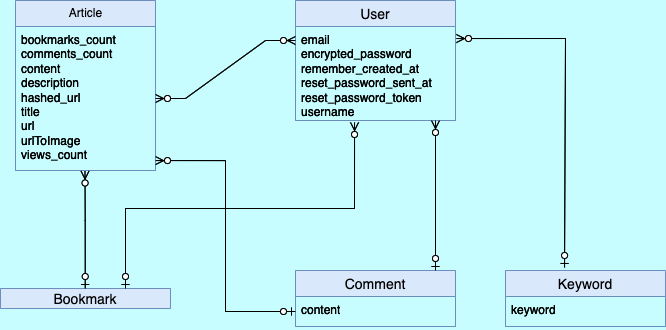
Before: public/images/Fix_ER.png, a diagram exported from draw.io (hiroya0/car_infomation). Source tidied: cells renumbered, new cells last; positions are measured from the earlier drawing's top-left corner, leaving out a move shared by most shapes. Source of this version:
```xml
<mxGraphModel background="#C7FDFF">
  <root>
    <mxCell id="0" />
    <mxCell id="1" parent="0" />
    <mxCell id="2" value="Article" style="swimlane;fontStyle=0;horizontal=1;startSize=26;fillColor=#dae8fc;html=1;strokeColor=#6c8ebf;" parent="1" vertex="1">
      <mxGeometry x="15" width="140" height="170" as="geometry" />
    </mxCell>
    <mxCell id="3" value="bookmarks_count&amp;nbsp;&lt;br&gt;comments_count&lt;br style=&quot;border-color: var(--border-color);&quot;&gt;content&lt;br&gt;description&lt;br&gt;hashed_url&lt;br&gt;title&lt;br&gt;url&lt;br&gt;urlToImage&lt;br&gt;views_count&lt;br&gt;" style="text;strokeColor=none;fillColor=none;align=left;verticalAlign=top;spacingLeft=4;spacingRight=4;overflow=hidden;points=[[0,0.5],[1,0.5]];portConstraint=eastwest;whiteSpace=wrap;html=1;" parent="2" vertex="1">
      <mxGeometry y="26" width="140" height="144" as="geometry" />
    </mxCell>
    <mxCell id="4" value="User" style="swimlane;fontStyle=0;horizontal=1;startSize=26;align=center;fontSize=14;fillColor=#dae8fc;strokeColor=#6c8ebf;" parent="1" vertex="1">
      <mxGeometry x="295" width="160" height="120" as="geometry" />
    </mxCell>
    <mxCell id="5" value="email&lt;br&gt;encrypted_password&lt;br&gt;remember_created_at&lt;br&gt;reset_password_sent_at&lt;br&gt;reset_password_token&lt;br&gt;username&lt;br&gt;" style="text;strokeColor=none;fillColor=none;spacingLeft=4;spacingRight=4;overflow=hidden;points=[[0,0.5],[1,0.5]];portConstraint=eastwest;fontSize=12;whiteSpace=wrap;html=1;" parent="4" vertex="1">
      <mxGeometry y="26" width="160" height="94" as="geometry" />
    </mxCell>
    <mxCell id="6" value="Bookmark" style="swimlane;fontStyle=0;horizontal=1;startSize=20;align=center;fontSize=14;fillColor=#dae8fc;strokeColor=#6c8ebf;" parent="1" vertex="1" collapsed="1">
      <mxGeometry y="288" width="170" height="20" as="geometry" />
    </mxCell>
    <mxCell id="7" value="Comment" style="swimlane;fontStyle=0;horizontal=1;startSize=26;align=center;fontSize=14;fillColor=#dae8fc;strokeColor=#6c8ebf;" parent="1" vertex="1">
      <mxGeometry x="295" y="270" width="160" height="56" as="geometry" />
    </mxCell>
    <mxCell id="8" value="content" style="text;strokeColor=none;fillColor=none;spacingLeft=4;spacingRight=4;overflow=hidden;points=[[0,0.5],[1,0.5]];portConstraint=eastwest;fontSize=12;whiteSpace=wrap;html=1;" parent="7" vertex="1">
      <mxGeometry y="26" width="160" height="30" as="geometry" />
    </mxCell>
    <mxCell id="9" style="edgeStyle=entityRelationEdgeStyle;fontSize=12;html=1;endArrow=ERzeroToMany;endFill=1;startArrow=ERzeroToMany;rounded=0;exitX=1;exitY=0.5;exitDx=0;exitDy=0;" parent="1" edge="1" source="3">
      <mxGeometry relative="1" as="geometry">
        <mxPoint x="295" y="40" as="targetPoint" />
        <Array as="points">
          <mxPoint x="165" y="110" />
          <mxPoint x="290" y="41" />
          <mxPoint x="285" y="41" />
        </Array>
      </mxGeometry>
    </mxCell>
    <mxCell id="10" style="fontSize=12;html=1;endArrow=ERzeroToMany;startArrow=ERzeroToOne;rounded=0;edgeStyle=orthogonalEdgeStyle;exitX=0.794;exitY=-0.05;exitDx=0;exitDy=0;exitPerimeter=0;" parent="1" edge="1">
      <mxGeometry relative="1" as="geometry">
        <mxPoint x="84.7" y="288" as="sourcePoint" />
        <mxPoint x="84.5" y="170.5" as="targetPoint" />
        <Array as="points">
          <mxPoint x="85" y="220" />
          <mxPoint x="85" y="220" />
        </Array>
      </mxGeometry>
    </mxCell>
    <mxCell id="11" style="fontSize=12;html=1;endArrow=ERzeroToMany;startArrow=ERzeroToOne;rounded=0;exitX=0;exitY=0.5;exitDx=0;exitDy=0;edgeStyle=orthogonalEdgeStyle;entryX=1;entryY=0.931;entryDx=0;entryDy=0;entryPerimeter=0;" parent="1" edge="1" source="8" target="3">
      <mxGeometry relative="1" as="geometry" />
    </mxCell>
    <mxCell id="12" value="Keyword" style="swimlane;fontStyle=0;horizontal=1;startSize=26;align=center;fontSize=14;fillColor=#dae8fc;strokeColor=#6c8ebf;" parent="1" vertex="1">
      <mxGeometry x="505" y="270" width="160" height="56" as="geometry" />
    </mxCell>
    <mxCell id="13" value="keyword" style="text;strokeColor=none;fillColor=none;spacingLeft=4;spacingRight=4;overflow=hidden;fontSize=12;whiteSpace=wrap;html=1;" parent="12" vertex="1">
      <mxGeometry y="26" width="160" height="30" as="geometry" />
    </mxCell>
    <mxCell id="14" style="fontSize=12;html=1;endArrow=ERzeroToMany;startArrow=ERzeroToOne;rounded=0;edgeStyle=orthogonalEdgeStyle;entryX=1.006;entryY=0.128;entryDx=0;entryDy=0;entryPerimeter=0;exitX=0.369;exitY=-0.054;exitDx=0;exitDy=0;exitPerimeter=0;" parent="1" edge="1" source="12" target="5">
      <mxGeometry relative="1" as="geometry">
        <Array as="points">
          <mxPoint x="565" y="38" />
        </Array>
      </mxGeometry>
    </mxCell>
    <mxCell id="15" style="fontSize=12;html=1;endArrow=ERzeroToMany;startArrow=ERzeroToOne;rounded=0;edgeStyle=orthogonalEdgeStyle;" parent="1" edge="1">
      <mxGeometry relative="1" as="geometry">
        <mxPoint x="435" y="270" as="sourcePoint" />
        <mxPoint x="435" y="120" as="targetPoint" />
        <Array as="points">
          <mxPoint x="435" y="120" />
        </Array>
      </mxGeometry>
    </mxCell>
    <mxCell id="16" style="fontSize=12;html=1;endArrow=ERzeroToMany;startArrow=ERzeroToOne;rounded=0;edgeStyle=orthogonalEdgeStyle;entryX=0.369;entryY=1.021;entryDx=0;entryDy=0;entryPerimeter=0;" parent="1" edge="1" target="5">
      <mxGeometry relative="1" as="geometry">
        <mxPoint x="125" y="288" as="sourcePoint" />
        <Array as="points">
          <mxPoint x="125" y="208" />
          <mxPoint x="354" y="208" />
        </Array>
      </mxGeometry>
    </mxCell>
    <mxCell id="17" value="Article" style="swimlane;fontStyle=0;horizontal=1;startSize=26;fillColor=#dae8fc;html=1;strokeColor=#6c8ebf;" parent="1" vertex="1">
      <mxGeometry x="15" width="140" height="170" as="geometry" />
    </mxCell>
    <mxCell id="18" value="bookmarks_count&amp;nbsp;&lt;br&gt;comments_count&lt;br style=&quot;border-color: var(--border-color);&quot;&gt;content&lt;br&gt;description&lt;br&gt;hashed_url&lt;br&gt;title&lt;br&gt;url&lt;br&gt;urlToImage&lt;br&gt;views_count&lt;br&gt;" style="text;strokeColor=none;fillColor=none;align=left;verticalAlign=top;spacingLeft=4;spacingRight=4;overflow=hidden;points=[[0,0.5],[1,0.5]];portConstraint=eastwest;whiteSpace=wrap;html=1;" parent="17" vertex="1">
      <mxGeometry y="26" width="140" height="144" as="geometry" />
    </mxCell>
    <mxCell id="19" value="User" style="swimlane;fontStyle=0;horizontal=1;startSize=26;align=center;fontSize=14;fillColor=#dae8fc;strokeColor=#6c8ebf;" parent="1" vertex="1">
      <mxGeometry x="295" width="160" height="120" as="geometry" />
    </mxCell>
    <mxCell id="20" value="email&lt;br&gt;encrypted_password&lt;br&gt;remember_created_at&lt;br&gt;reset_password_sent_at&lt;br&gt;reset_password_token&lt;br&gt;username&lt;br&gt;" style="text;strokeColor=none;fillColor=none;spacingLeft=4;spacingRight=4;overflow=hidden;points=[[0,0.5],[1,0.5]];portConstraint=eastwest;fontSize=12;whiteSpace=wrap;html=1;" parent="19" vertex="1">
      <mxGeometry y="26" width="160" height="94" as="geometry" />
    </mxCell>
    <mxCell id="21" value="Bookmark" style="swimlane;fontStyle=0;horizontal=1;startSize=20;align=center;fontSize=14;fillColor=#dae8fc;strokeColor=#6c8ebf;" parent="1" vertex="1" collapsed="1">
      <mxGeometry y="288" width="170" height="20" as="geometry" />
    </mxCell>
    <mxCell id="22" value="Comment" style="swimlane;fontStyle=0;horizontal=1;startSize=26;align=center;fontSize=14;fillColor=#dae8fc;strokeColor=#6c8ebf;" parent="1" vertex="1">
      <mxGeometry x="295" y="270" width="160" height="56" as="geometry" />
    </mxCell>
    <mxCell id="23" value="content" style="text;strokeColor=none;fillColor=none;spacingLeft=4;spacingRight=4;overflow=hidden;points=[[0,0.5],[1,0.5]];portConstraint=eastwest;fontSize=12;whiteSpace=wrap;html=1;" parent="22" vertex="1">
      <mxGeometry y="26" width="160" height="30" as="geometry" />
    </mxCell>
    <mxCell id="24" style="edgeStyle=entityRelationEdgeStyle;fontSize=12;html=1;endArrow=ERzeroToMany;endFill=1;startArrow=ERzeroToMany;rounded=0;exitX=1;exitY=0.5;exitDx=0;exitDy=0;" parent="1" edge="1" source="18">
      <mxGeometry relative="1" as="geometry">
        <mxPoint x="295" y="40" as="targetPoint" />
        <Array as="points">
          <mxPoint x="165" y="110" />
          <mxPoint x="290" y="41" />
          <mxPoint x="285" y="41" />
        </Array>
      </mxGeometry>
    </mxCell>
    <mxCell id="25" style="fontSize=12;html=1;endArrow=ERzeroToMany;startArrow=ERzeroToOne;rounded=0;edgeStyle=orthogonalEdgeStyle;exitX=0.794;exitY=-0.05;exitDx=0;exitDy=0;exitPerimeter=0;" parent="1" edge="1">
      <mxGeometry relative="1" as="geometry">
        <mxPoint x="84.7" y="288" as="sourcePoint" />
        <mxPoint x="84.5" y="170.5" as="targetPoint" />
        <Array as="points">
          <mxPoint x="85" y="220" />
          <mxPoint x="85" y="220" />
        </Array>
      </mxGeometry>
    </mxCell>
    <mxCell id="26" style="fontSize=12;html=1;endArrow=ERzeroToMany;startArrow=ERzeroToOne;rounded=0;exitX=0;exitY=0.5;exitDx=0;exitDy=0;edgeStyle=orthogonalEdgeStyle;entryX=1;entryY=0.931;entryDx=0;entryDy=0;entryPerimeter=0;" parent="1" edge="1" source="23" target="18">
      <mxGeometry relative="1" as="geometry" />
    </mxCell>
    <mxCell id="27" value="Keyword" style="swimlane;fontStyle=0;horizontal=1;startSize=26;align=center;fontSize=14;fillColor=#dae8fc;strokeColor=#6c8ebf;" parent="1" vertex="1">
      <mxGeometry x="505" y="270" width="160" height="56" as="geometry" />
    </mxCell>
    <mxCell id="28" value="keyword" style="text;strokeColor=none;fillColor=none;spacingLeft=4;spacingRight=4;overflow=hidden;fontSize=12;whiteSpace=wrap;html=1;" parent="27" vertex="1">
      <mxGeometry y="26" width="160" height="30" as="geometry" />
    </mxCell>
    <mxCell id="29" style="fontSize=12;html=1;endArrow=ERzeroToMany;startArrow=ERzeroToOne;rounded=0;edgeStyle=orthogonalEdgeStyle;entryX=1.006;entryY=0.128;entryDx=0;entryDy=0;entryPerimeter=0;exitX=0.369;exitY=-0.054;exitDx=0;exitDy=0;exitPerimeter=0;" parent="1" edge="1" source="27" target="20">
      <mxGeometry relative="1" as="geometry">
        <Array as="points">
          <mxPoint x="565" y="38" />
        </Array>
      </mxGeometry>
    </mxCell>
    <mxCell id="30" style="fontSize=12;html=1;endArrow=ERzeroToMany;startArrow=ERzeroToOne;rounded=0;edgeStyle=orthogonalEdgeStyle;" parent="1" edge="1">
      <mxGeometry relative="1" as="geometry">
        <mxPoint x="435" y="270" as="sourcePoint" />
        <mxPoint x="435" y="120" as="targetPoint" />
        <Array as="points">
          <mxPoint x="435" y="120" />
        </Array>
      </mxGeometry>
    </mxCell>
    <mxCell id="31" style="fontSize=12;html=1;endArrow=ERzeroToMany;startArrow=ERzeroToOne;rounded=0;edgeStyle=orthogonalEdgeStyle;entryX=0.369;entryY=1.021;entryDx=0;entryDy=0;entryPerimeter=0;" parent="1" edge="1" target="20">
      <mxGeometry relative="1" as="geometry">
        <mxPoint x="125" y="288" as="sourcePoint" />
        <Array as="points">
          <mxPoint x="125" y="208" />
          <mxPoint x="354" y="208" />
        </Array>
      </mxGeometry>
    </mxCell>
  </root>
</mxGraphModel>
```
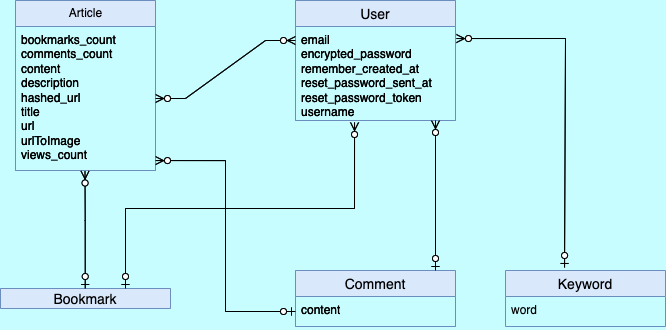
After the commit.

The edit, as a diff of the source:
```diff
@@ -49,7 +49,7 @@
     <mxCell id="12" value="Keyword" style="swimlane;fontStyle=0;horizontal=1;startSize=26;align=center;fontSize=14;fillColor=#dae8fc;strokeColor=#6c8ebf;" parent="1" vertex="1">
       <mxGeometry x="505" y="270" width="160" height="56" as="geometry" />
     </mxCell>
-    <mxCell id="13" value="keyword" style="text;strokeColor=none;fillColor=none;spacingLeft=4;spacingRight=4;overflow=hidden;fontSize=12;whiteSpace=wrap;html=1;" parent="12" vertex="1">
+    <mxCell id="13" value="word" style="text;strokeColor=none;fillColor=none;spacingLeft=4;spacingRight=4;overflow=hidden;fontSize=12;whiteSpace=wrap;html=1;" parent="12" vertex="1">
       <mxGeometry y="26" width="160" height="30" as="geometry" />
     </mxCell>
     <mxCell id="14" style="fontSize=12;html=1;endArrow=ERzeroToMany;startArrow=ERzeroToOne;rounded=0;edgeStyle=orthogonalEdgeStyle;entryX=1.006;entryY=0.128;entryDx=0;entryDy=0;entryPerimeter=0;exitX=0.369;exitY=-0.054;exitDx=0;exitDy=0;exitPerimeter=0;" parent="1" edge="1" source="12" target="5">
@@ -121,14 +121,9 @@
     <mxCell id="26" style="fontSize=12;html=1;endArrow=ERzeroToMany;startArrow=ERzeroToOne;rounded=0;exitX=0;exitY=0.5;exitDx=0;exitDy=0;edgeStyle=orthogonalEdgeStyle;entryX=1;entryY=0.931;entryDx=0;entryDy=0;entryPerimeter=0;" parent="1" edge="1" source="23" target="18">
       <mxGeometry relative="1" as="geometry" />
     </mxCell>
-    <mxCell id="27" value="Keyword" style="swimlane;fontStyle=0;horizontal=1;startSize=26;align=center;fontSize=14;fillColor=#dae8fc;strokeColor=#6c8ebf;" parent="1" vertex="1">
-      <mxGeometry x="505" y="270" width="160" height="56" as="geometry" />
-    </mxCell>
-    <mxCell id="28" value="keyword" style="text;strokeColor=none;fillColor=none;spacingLeft=4;spacingRight=4;overflow=hidden;fontSize=12;whiteSpace=wrap;html=1;" parent="27" vertex="1">
-      <mxGeometry y="26" width="160" height="30" as="geometry" />
-    </mxCell>
-    <mxCell id="29" style="fontSize=12;html=1;endArrow=ERzeroToMany;startArrow=ERzeroToOne;rounded=0;edgeStyle=orthogonalEdgeStyle;entryX=1.006;entryY=0.128;entryDx=0;entryDy=0;entryPerimeter=0;exitX=0.369;exitY=-0.054;exitDx=0;exitDy=0;exitPerimeter=0;" parent="1" edge="1" source="27" target="20">
+    <mxCell id="29" style="fontSize=12;html=1;endArrow=ERzeroToMany;startArrow=ERzeroToOne;rounded=0;edgeStyle=orthogonalEdgeStyle;entryX=1.006;entryY=0.128;entryDx=0;entryDy=0;entryPerimeter=0;exitX=0.369;exitY=-0.054;exitDx=0;exitDy=0;exitPerimeter=0;" parent="1" edge="1" target="20">
       <mxGeometry relative="1" as="geometry">
+        <mxPoint x="564" y="267" as="sourcePoint" />
         <Array as="points">
           <mxPoint x="565" y="38" />
         </Array>
```
